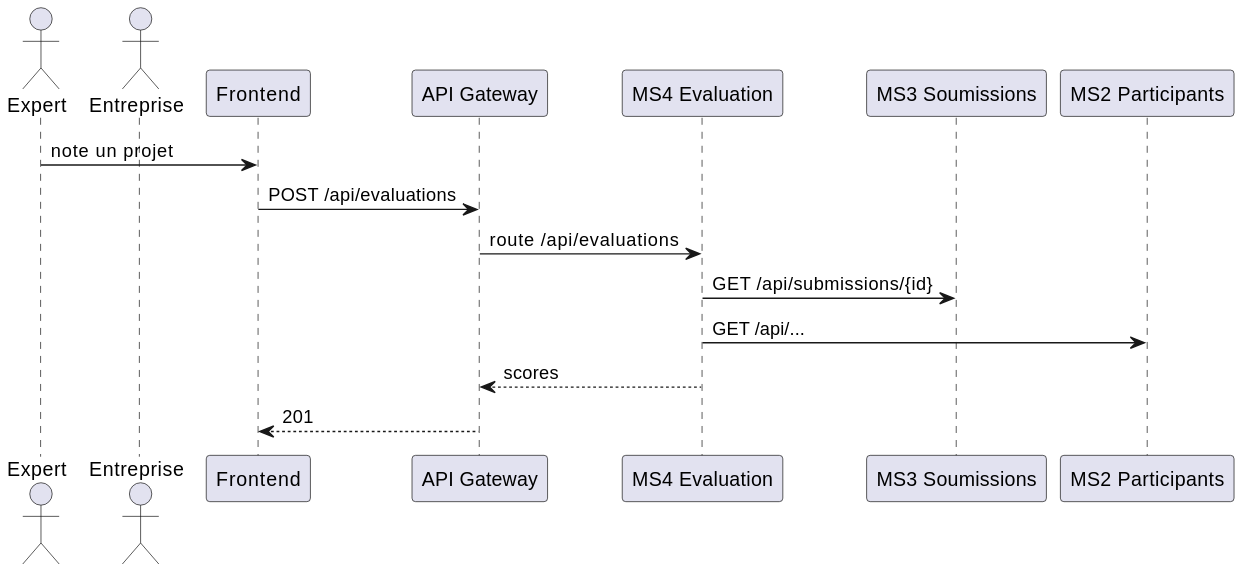
Above: docs/Diagrams/Evaluation/ms4-evaluation-sequence.svg in reemslama/mini-projet-web (PlantUML), before the change.
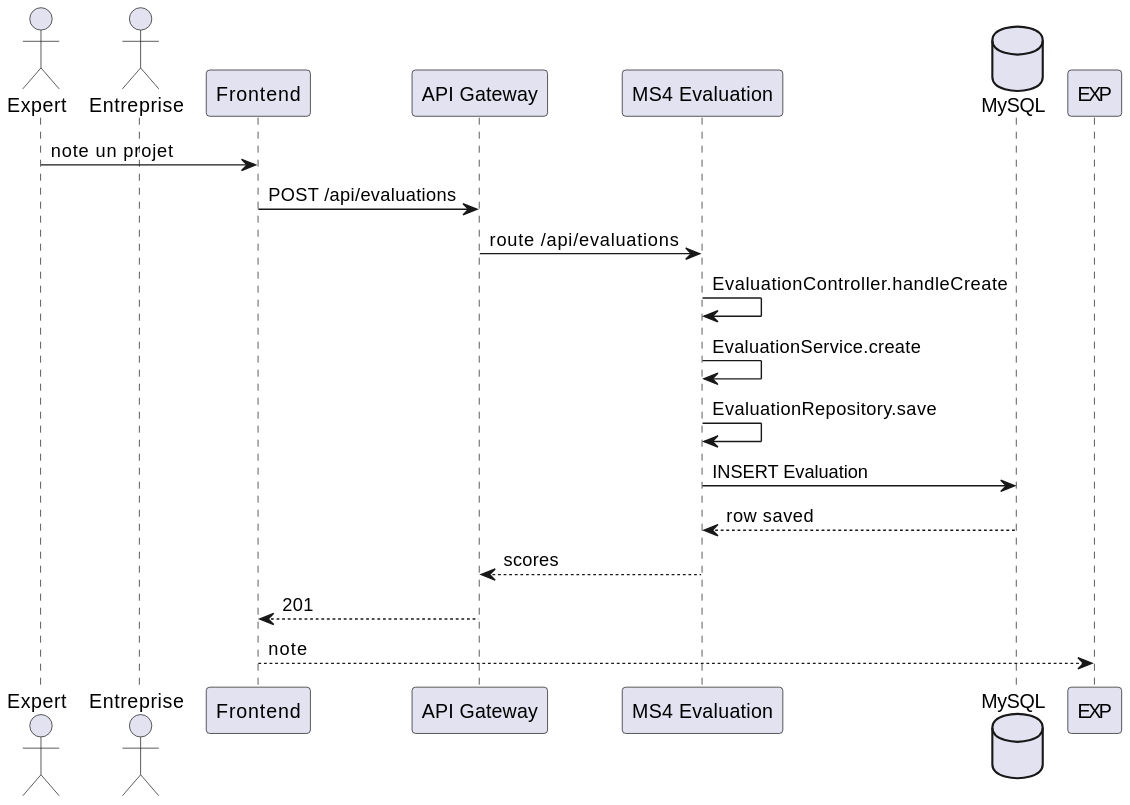
Later version of the same file.

What changed in the source:
```diff
@@ -1,17 +1,21 @@
 @startuml
+skinparam backgroundColor #FFFFFF
 actor Expert
 actor Entreprise
 participant "Frontend" as FE
 participant "API Gateway" as GW
 participant "MS4 Evaluation" as MS4
-participant "MS3 Soumissions" as MS3
-participant "MS2 Participants" as MS2
+database "MySQL" as DB
 
 Expert -> FE : note un projet
 FE -> GW : POST /api/evaluations
 GW -> MS4 : route /api/evaluations
-MS4 -> MS3 : GET /api/submissions/{id}
-MS4 -> MS2 : GET /api/...
+MS4 -> MS4 : EvaluationController.handleCreate
+MS4 -> MS4 : EvaluationService.create
+MS4 -> MS4 : EvaluationRepository.save
+MS4 -> DB : INSERT Evaluation
+DB --> MS4 : row saved
 MS4 --> GW : scores
 GW --> FE : 201
+FE --> EXP : note
 @enduml
```
